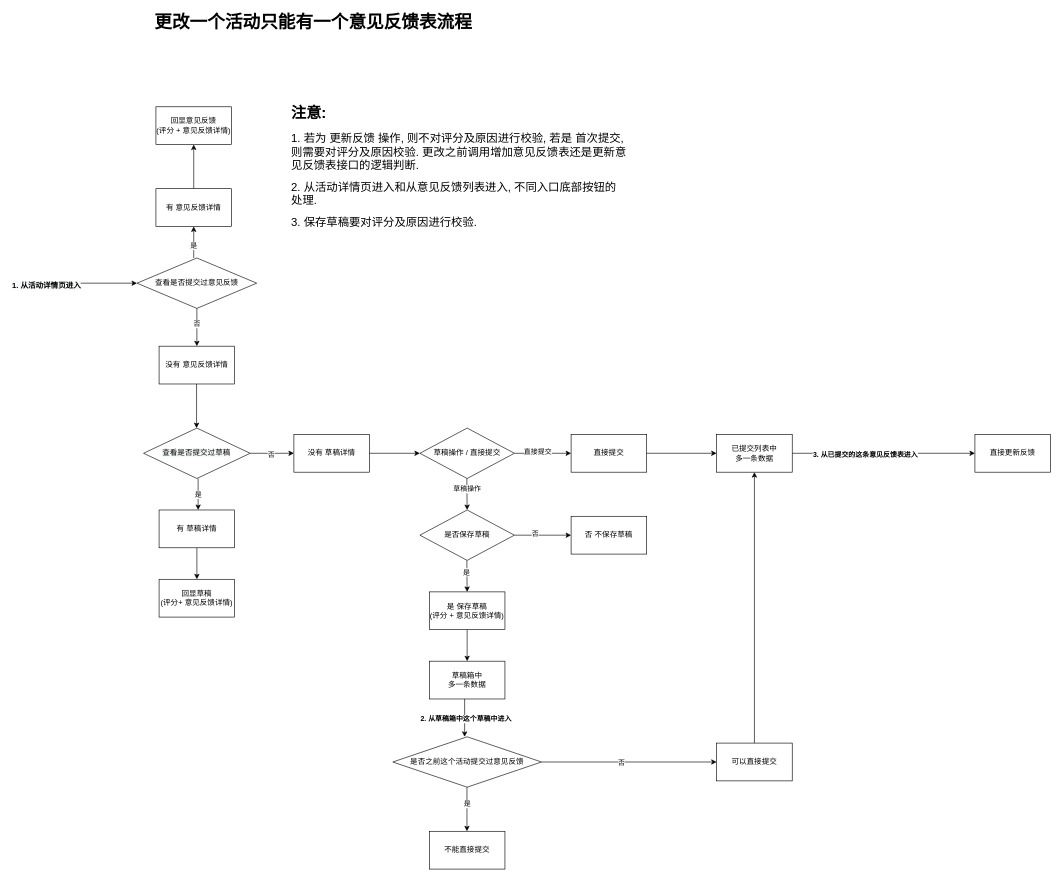
This is 未命名绘图.drawio from bo-bi/resource, a draw.io file, before an edit. Source tidied: cells renumbered, new cells numbered last; positions are measured from the earlier drawing's top-left corner, leaving out a move shared by most shapes. Both pictures are drawn from the tidied source at 63%, with x=0, y=0 at pixel (11, 12).
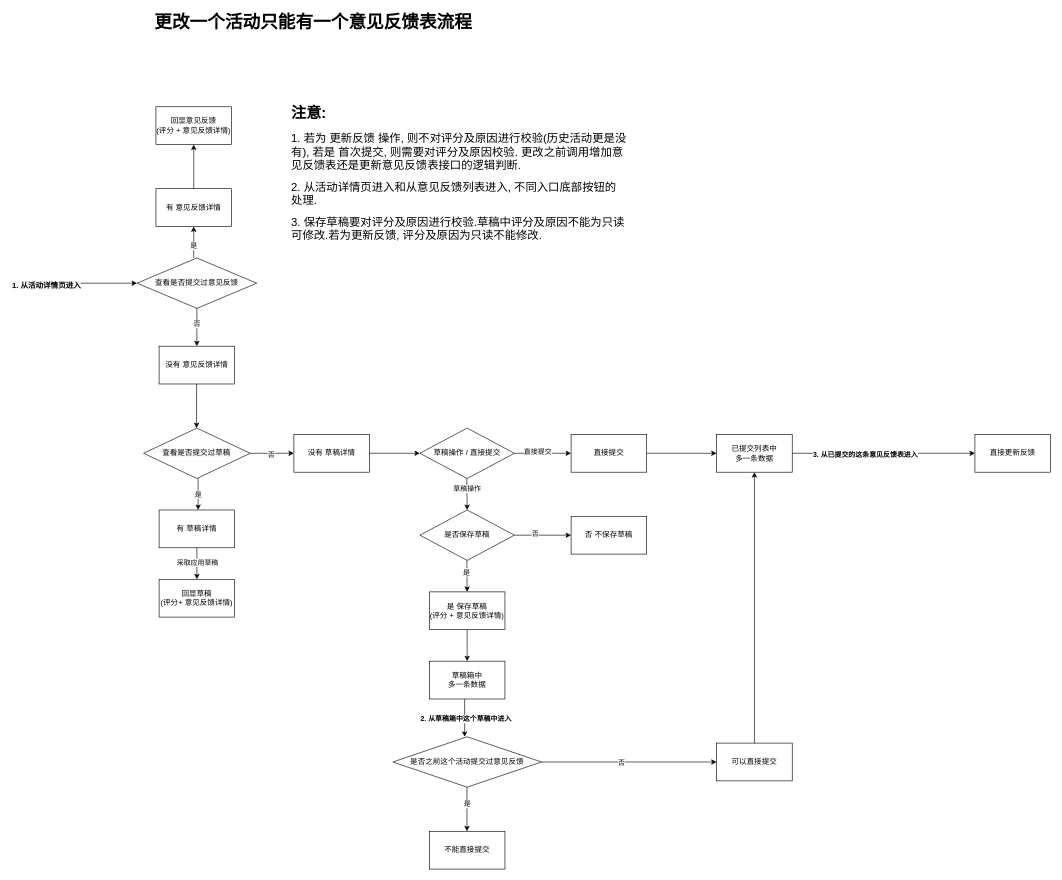
Above is the later version.

Commit message:
修改流程一个活动只能有一个意见反馈表.drawio

Unchanged cells that the change refers to:
```xml
<mxCell id="20" style="endArrow=classic;html=1;rounded=0;exitX=0.5;exitY=1;exitDx=0;exitDy=0;" parent="1" edge="1" source="15" target="21">
  <mxGeometry relative="1" as="geometry" />
</mxCell>
```

Change to the diagram source:
```diff
@@
+    <mxCell id="56" value="采取应用草稿" style="edgeLabel;html=1;align=center;verticalAlign=middle;" parent="20" vertex="1">
+      <mxGeometry x="-0.1" relative="1" as="geometry" />
+    </mxCell>
@@
-    <mxCell id="54" value="&lt;h1&gt;注意:&lt;/h1&gt;&lt;p&gt;&lt;span style=&quot;font-size: 18px; background-color: initial;&quot;&gt;1. 若为 更新反馈 操作, 则不对评分及原因进行校验, 若是 首次提交, 则需要对评分及原因校验.&amp;nbsp;&lt;/span&gt;&lt;span style=&quot;background-color: initial; font-size: 18px;&quot;&gt;更改之前调用增加意见反馈表还是更新意见反馈表接口的逻辑判断.&lt;/span&gt;&lt;/p&gt;&lt;p&gt;&lt;span style=&quot;background-color: initial; font-size: 18px;&quot;&gt;2. 从活动详情页进入和从意见反馈列表进入, 不同入口底部按钮的处理.&lt;/span&gt;&lt;/p&gt;&lt;p&gt;&lt;span style=&quot;background-color: initial; font-size: 18px;&quot;&gt;3. 保存草稿要对评分及原因进行校验.&lt;/span&gt;&lt;/p&gt;" style="text;html=1;strokeColor=none;fillColor=none;spacing=5;spacingTop=-20;whiteSpace=wrap;overflow=hidden;rounded=0;" parent="1" vertex="1">
+    <mxCell id="54" value="&lt;h1&gt;注意:&lt;/h1&gt;&lt;p&gt;&lt;span style=&quot;font-size: 18px; background-color: initial;&quot;&gt;1. 若为 更新反馈 操作, 则不对评分及原因进行校验(历史活动更是没有), 若是 首次提交, 则需要对评分及原因校验.&amp;nbsp;&lt;/span&gt;&lt;span style=&quot;background-color: initial; font-size: 18px;&quot;&gt;更改之前调用增加意见反馈表还是更新意见反馈表接口的逻辑判断.&lt;/span&gt;&lt;/p&gt;&lt;p&gt;&lt;span style=&quot;background-color: initial; font-size: 18px;&quot;&gt;2. 从活动详情页进入和从意见反馈列表进入, 不同入口底部按钮的处理.&lt;/span&gt;&lt;/p&gt;&lt;p&gt;&lt;span style=&quot;background-color: initial; font-size: 18px;&quot;&gt;3. 保存草稿要对评分及原因进行校验.草稿中评分及原因不能为只读可修改.若为更新反馈, 评分及原因为只读不能修改.&lt;/span&gt;&lt;/p&gt;" style="text;html=1;strokeColor=none;fillColor=none;spacing=5;spacingTop=-20;whiteSpace=wrap;overflow=hidden;rounded=0;" parent="1" vertex="1">
       <mxGeometry x="440" y="140" width="540" height="240" as="geometry" />
     </mxCell>
```
